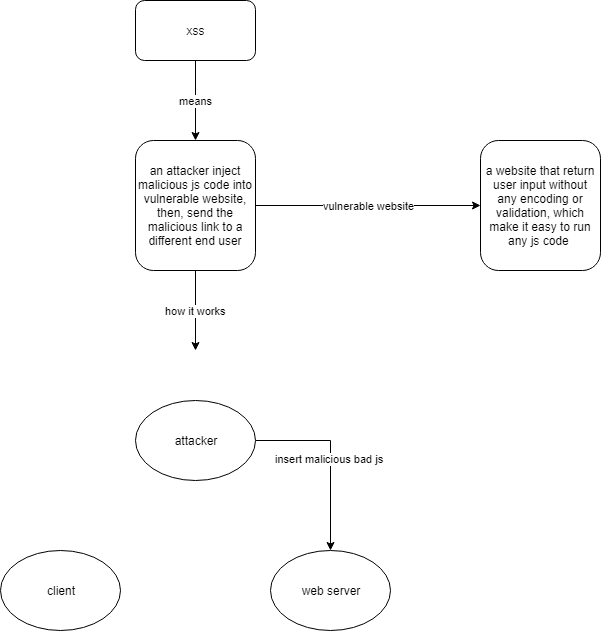
stsiwo/security_concept keeps this draw.io diagram as xss_concept.png. Above is the earlier version. Source tidied: cells renumbered, new cells last; positions are measured from the earlier drawing's top-left corner, leaving out a move shared by most shapes.
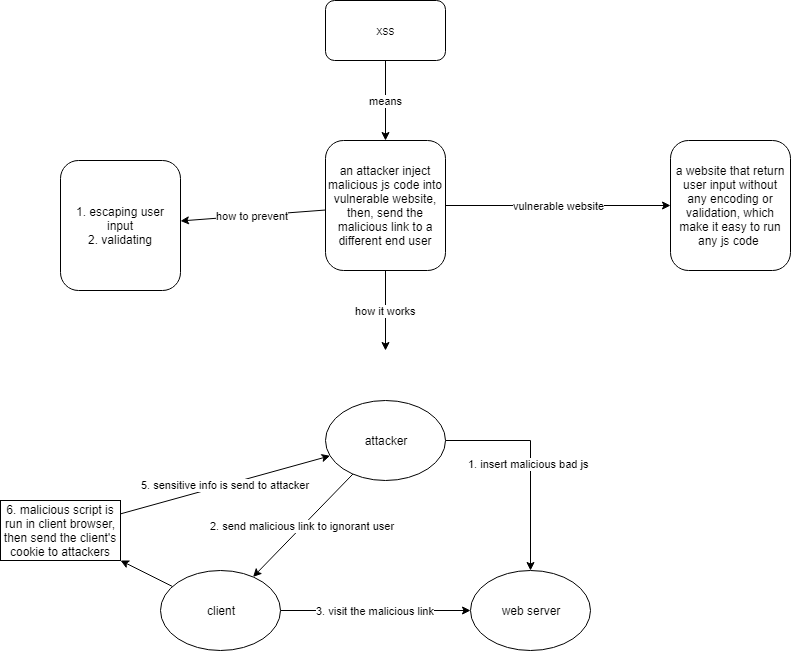
After the change.

Diff of the diagram source:
```diff
@@ -16,23 +16,44 @@
         <mxPoint x="195" y="350" as="targetPoint" />
       </mxGeometry>
     </mxCell>
+    <mxCell id="12" value="how to prevent" style="edgeStyle=none;rounded=0;html=1;jettySize=auto;" parent="1" edge="1" source="6" target="13">
+      <mxGeometry relative="1" as="geometry" />
+    </mxCell>
     <mxCell id="6" value="an attacker inject malicious js code into vulnerable website, then, send the malicious link to a different end user" style="rounded=1;whiteSpace=wrap;html=1;" parent="1" vertex="1">
       <mxGeometry x="135" y="140" width="120" height="130" as="geometry" />
     </mxCell>
+    <mxCell id="13" value="1. escaping user input&lt;br&gt;2. validating&lt;br&gt;" style="rounded=1;whiteSpace=wrap;html=1;" parent="1" vertex="1">
+      <mxGeometry x="-130" y="160" width="120" height="130" as="geometry" />
+    </mxCell>
     <mxCell id="7" value="a website that return user input without any encoding or validation, which make it easy to run any js code&amp;nbsp;" style="rounded=1;whiteSpace=wrap;html=1;" parent="1" vertex="1">
       <mxGeometry x="480" y="140" width="120" height="130" as="geometry" />
     </mxCell>
-    <mxCell id="8" value="insert malicious bad js&amp;nbsp;" style="edgeStyle=orthogonalEdgeStyle;rounded=0;html=1;jettySize=auto;" parent="1" edge="1" source="9" target="11">
+    <mxCell id="8" value="1. insert malicious bad js&amp;nbsp;" style="edgeStyle=orthogonalEdgeStyle;rounded=0;html=1;jettySize=auto;" parent="1" edge="1" source="9" target="11">
       <mxGeometry relative="1" as="geometry" />
     </mxCell>
+    <mxCell id="14" value="2. send malicious link to ignorant user" style="edgeStyle=none;rounded=0;html=1;jettySize=auto;" parent="1" edge="1" source="9" target="10">
+      <mxGeometry relative="1" as="geometry" />
+    </mxCell>
     <mxCell id="9" value="attacker" style="ellipse;whiteSpace=wrap;html=1;" parent="1" vertex="1">
       <mxGeometry x="135" y="400" width="120" height="80" as="geometry" />
     </mxCell>
+    <mxCell id="15" value="3. visit the malicious link" style="edgeStyle=none;rounded=0;html=1;jettySize=auto;" parent="1" edge="1" source="10" target="11">
+      <mxGeometry relative="1" as="geometry" />
+    </mxCell>
+    <mxCell id="16" style="edgeStyle=none;rounded=0;html=1;jettySize=auto;" parent="1" edge="1" source="10" target="18">
+      <mxGeometry relative="1" as="geometry" />
+    </mxCell>
     <mxCell id="10" value="client" style="ellipse;whiteSpace=wrap;html=1;" parent="1" vertex="1">
-      <mxGeometry y="550" width="120" height="80" as="geometry" />
+      <mxGeometry x="-30" y="570" width="120" height="80" as="geometry" />
     </mxCell>
     <mxCell id="11" value="web server" style="ellipse;whiteSpace=wrap;html=1;" parent="1" vertex="1">
-      <mxGeometry x="270" y="550" width="120" height="80" as="geometry" />
+      <mxGeometry x="280" y="570" width="120" height="80" as="geometry" />
     </mxCell>
+    <mxCell id="17" value="5. sensitive info is send to attacker" style="edgeStyle=none;rounded=0;html=1;jettySize=auto;" parent="1" edge="1" source="18" target="9">
+      <mxGeometry relative="1" as="geometry" />
+    </mxCell>
+    <mxCell id="18" value="6. malicious script is run in client browser, then send the client's cookie to attackers" style="rounded=0;whiteSpace=wrap;html=1;" parent="1" vertex="1">
+      <mxGeometry x="-190" y="500" width="120" height="60" as="geometry" />
+    </mxCell>
   </root>
 </mxGraphModel>
```
